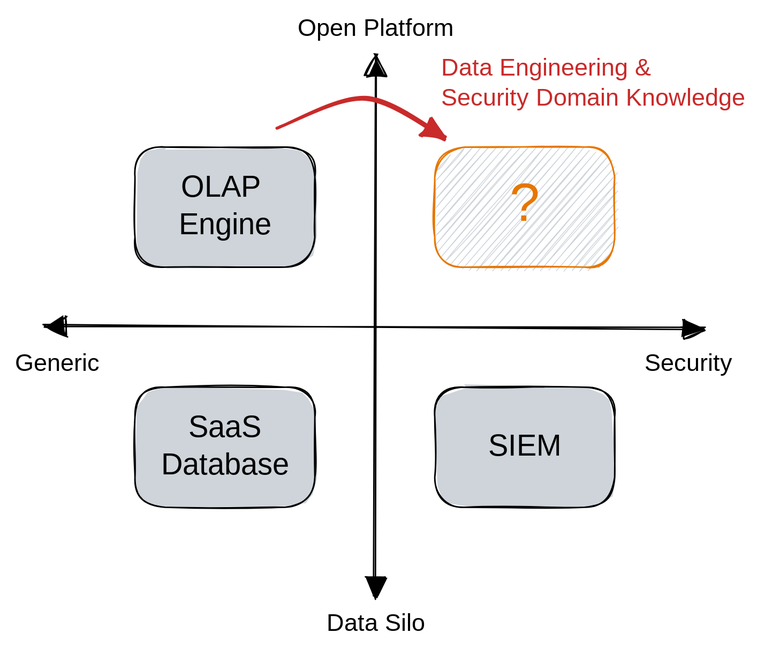
Earlier version of the Excalidraw export web/docs/about/spectra.excalidraw.svg (tenzir/tenzir). Source tidied: one line per element, renumbered; positions are measured from the earlier drawing's top-left corner, leaving out a move shared by most shapes.
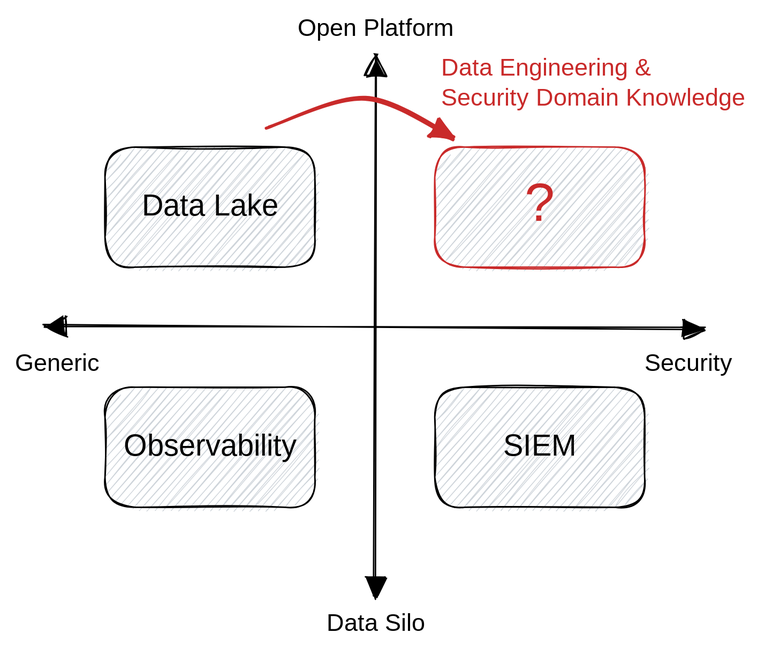
After the change.

Commit message:
Tune Why VAST section

Diff of the diagram source:
```diff
@@ -1,16 +1,16 @@
 {"id": 0, "type": "arrow", "strokeColor": "#000000", "backgroundColor": "#ced4da", "fillStyle": "hachure", "strokeWidth": 1, "roughness": 1, "startArrowhead": "triangle", "endArrowhead": "triangle", "round": true, "from": 3, "to": 11, "x": 20, "y": 208, "width": 440, "height": 0, "points": [[0, 0], [440, 0]]}
 {"id": 1, "type": "arrow", "strokeColor": "#000000", "backgroundColor": "#ced4da", "fillStyle": "hachure", "strokeWidth": 1, "roughness": 1, "startArrowhead": "triangle", "endArrowhead": "triangle", "round": true, "x": 240, "y": 388, "width": 0, "height": 360, "points": [[0, 0], [0, -360]]}
-{"id": 2, "type": "text", "text": "Data Silo", "strokeColor": "#000000", "backgroundColor": "#ced4da", "fillStyle": "hachure", "strokeWidth": 1, "roughness": 1, "fontSize": 16, "fontFamily": 1, "textAlign": "center", "round": true, "x": 202, "y": 396, "width": 78, "height": 20}
+{"id": 2, "type": "text", "text": "Data Silo", "strokeColor": "#000000", "backgroundColor": "#ced4da", "fillStyle": "hachure", "strokeWidth": 1, "roughness": 1, "fontSize": 16, "fontFamily": 1, "textAlign": "center", "round": true, "x": 201, "y": 396, "width": 79, "height": 20}
-{"id": 3, "type": "text", "text": "Generic", "strokeColor": "#000000", "backgroundColor": "#ced4da", "fillStyle": "hachure", "strokeWidth": 1, "roughness": 1, "fontSize": 16, "fontFamily": 1, "round": true, "x": 0, "y": 223, "width": 57, "height": 20}
+{"id": 3, "type": "text", "text": "Generic", "strokeColor": "#000000", "backgroundColor": "#ced4da", "fillStyle": "hachure", "strokeWidth": 1, "roughness": 1, "fontSize": 16, "fontFamily": 1, "round": true, "x": 0, "y": 223, "width": 58, "height": 20}
-{"id": 4, "type": "rectangle", "strokeColor": "#000000", "backgroundColor": "#ced4da", "fillStyle": "solid", "strokeWidth": 1, "roughness": 1, "round": true, "x": 280, "y": 248, "width": 120, "height": 80}
+{"id": 4, "type": "rectangle", "strokeColor": "#000000", "backgroundColor": "#ced4da", "fillStyle": "hachure", "strokeWidth": 1, "roughness": 1, "round": true, "x": 280, "y": 248, "width": 140, "height": 80}
-{"id": 5, "type": "text", "text": "SIEM", "strokeColor": "#000000", "strokeWidth": 1, "roughness": 1, "fontSize": 20, "fontFamily": 1, "textAlign": "center", "verticalAlign": "middle", "inside": 4, "x": 285, "y": 276, "width": 110, "height": 25}
+{"id": 5, "type": "text", "text": "SIEM", "strokeColor": "#000000", "strokeWidth": 1, "roughness": 1, "fontSize": 20, "fontFamily": 1, "textAlign": "center", "verticalAlign": "middle", "inside": 4, "x": 323, "y": 276, "width": 54, "height": 25}
-{"id": 6, "type": "rectangle", "strokeColor": "#000000", "backgroundColor": "#ced4da", "fillStyle": "solid", "strokeWidth": 1, "roughness": 1, "round": true, "x": 80, "y": 248, "width": 120, "height": 80}
+{"id": 6, "type": "rectangle", "strokeColor": "#000000", "backgroundColor": "#ced4da", "fillStyle": "hachure", "strokeWidth": 1, "roughness": 1, "round": true, "x": 60, "y": 248, "width": 140, "height": 80}
-{"id": 7, "type": "text", "text": "SaaS\nDatabase", "strokeColor": "#000000", "strokeWidth": 1, "roughness": 1, "fontSize": 20, "fontFamily": 1, "textAlign": "center", "verticalAlign": "middle", "inside": 6, "x": 90, "y": 263, "width": 101, "height": 50}
+{"id": 7, "type": "text", "text": "Observability", "strokeColor": "#000000", "strokeWidth": 1, "roughness": 1, "fontSize": 20, "fontFamily": 1, "textAlign": "center", "verticalAlign": "middle", "inside": 6, "x": 67, "y": 276, "width": 126, "height": 25}
-{"id": 8, "type": "rectangle", "strokeColor": "#000000", "backgroundColor": "#ced4da", "fillStyle": "solid", "strokeWidth": 1, "roughness": 1, "round": true, "x": 80, "y": 88, "width": 120, "height": 80}
+{"id": 8, "type": "rectangle", "strokeColor": "#000000", "backgroundColor": "#ced4da", "fillStyle": "hachure", "strokeWidth": 1, "roughness": 1, "round": true, "x": 60, "y": 88, "width": 140, "height": 80}
-{"id": 9, "type": "text", "text": "OLAP \nEngine", "strokeColor": "#000000", "strokeWidth": 1, "roughness": 1, "fontSize": 20, "fontFamily": 1, "textAlign": "center", "verticalAlign": "middle", "inside": 8, "x": 85, "y": 103, "width": 110, "height": 50}
+{"id": 9, "type": "text", "text": "Data Lake", "strokeColor": "#000000", "strokeWidth": 1, "roughness": 1, "fontSize": 20, "fontFamily": 1, "textAlign": "center", "verticalAlign": "middle", "inside": 8, "x": 74, "y": 116, "width": 112, "height": 25}
 {"id": 10, "type": "text", "text": "Data Engineering &\nSecurity Domain Knowledge ", "strokeColor": "#c92a2a", "backgroundColor": "#00a4f1", "fillStyle": "solid", "strokeWidth": 1, "roughness": 2, "fontSize": 16, "fontFamily": 1, "round": true, "x": 284, "y": 26, "width": 216, "height": 40}
-{"id": 11, "type": "text", "text": "Security", "strokeColor": "#000000", "backgroundColor": "#ced4da", "fillStyle": "hachure", "strokeWidth": 1, "roughness": 1, "fontSize": 16, "fontFamily": 1, "round": true, "x": 420, "y": 223, "width": 64, "height": 20}
+{"id": 11, "type": "text", "text": "Security", "strokeColor": "#000000", "backgroundColor": "#ced4da", "fillStyle": "hachure", "strokeWidth": 1, "roughness": 1, "fontSize": 16, "fontFamily": 1, "round": true, "x": 420, "y": 223, "width": 65, "height": 20}
-{"id": 12, "type": "text", "text": "Open Platform", "strokeColor": "#000000", "backgroundColor": "#ced4da", "fillStyle": "hachure", "strokeWidth": 1, "roughness": 1, "fontSize": 16, "fontFamily": 1, "textAlign": "center", "round": true, "x": 184, "y": 0, "width": 113, "height": 20}
+{"id": 12, "type": "text", "text": "Open Platform", "strokeColor": "#000000", "backgroundColor": "#ced4da", "fillStyle": "hachure", "strokeWidth": 1, "roughness": 1, "fontSize": 16, "fontFamily": 1, "textAlign": "center", "round": true, "x": 184, "y": 0, "width": 114, "height": 20}
-{"id": 13, "type": "rectangle", "strokeColor": "#e67700", "backgroundColor": "#ced4da", "fillStyle": "hachure", "strokeWidth": 1, "roughness": 1, "round": true, "x": 280, "y": 88, "width": 120, "height": 80}
+{"id": 13, "type": "rectangle", "strokeColor": "#c92a2a", "backgroundColor": "#ced4da", "fillStyle": "hachure", "strokeWidth": 1, "roughness": 1, "round": true, "x": 280, "y": 88, "width": 140, "height": 80}
-{"id": 14, "type": "text", "text": "?", "strokeColor": "#e67700", "strokeWidth": 1, "roughness": 1, "fontSize": 36, "fontFamily": 1, "textAlign": "center", "verticalAlign": "middle", "inside": 13, "x": 330, "y": 105, "width": 19, "height": 46}
+{"id": 14, "type": "text", "text": "?", "strokeColor": "#c92a2a", "strokeWidth": 1, "roughness": 1, "fontSize": 36, "fontFamily": 1, "textAlign": "center", "verticalAlign": "middle", "inside": 13, "x": 340, "y": 105, "width": 19, "height": 46}
-{"id": 15, "type": "arrow", "strokeColor": "#c92a2a", "strokeWidth": 2, "roughness": 1, "endArrowhead": "triangle", "round": true, "from": 8, "to": 13, "x": 176, "y": 75, "width": 112, "height": 27, "points": [[0, 0], [57, -20], [112, 7]]}
+{"id": 15, "type": "arrow", "strokeColor": "#c92a2a", "strokeWidth": 2, "roughness": 1, "endArrowhead": "triangle", "round": true, "from": 8, "to": 13, "x": 168, "y": 75, "width": 125, "height": 27, "points": [[0, 0], [64, -20], [125, 7]]}
```
